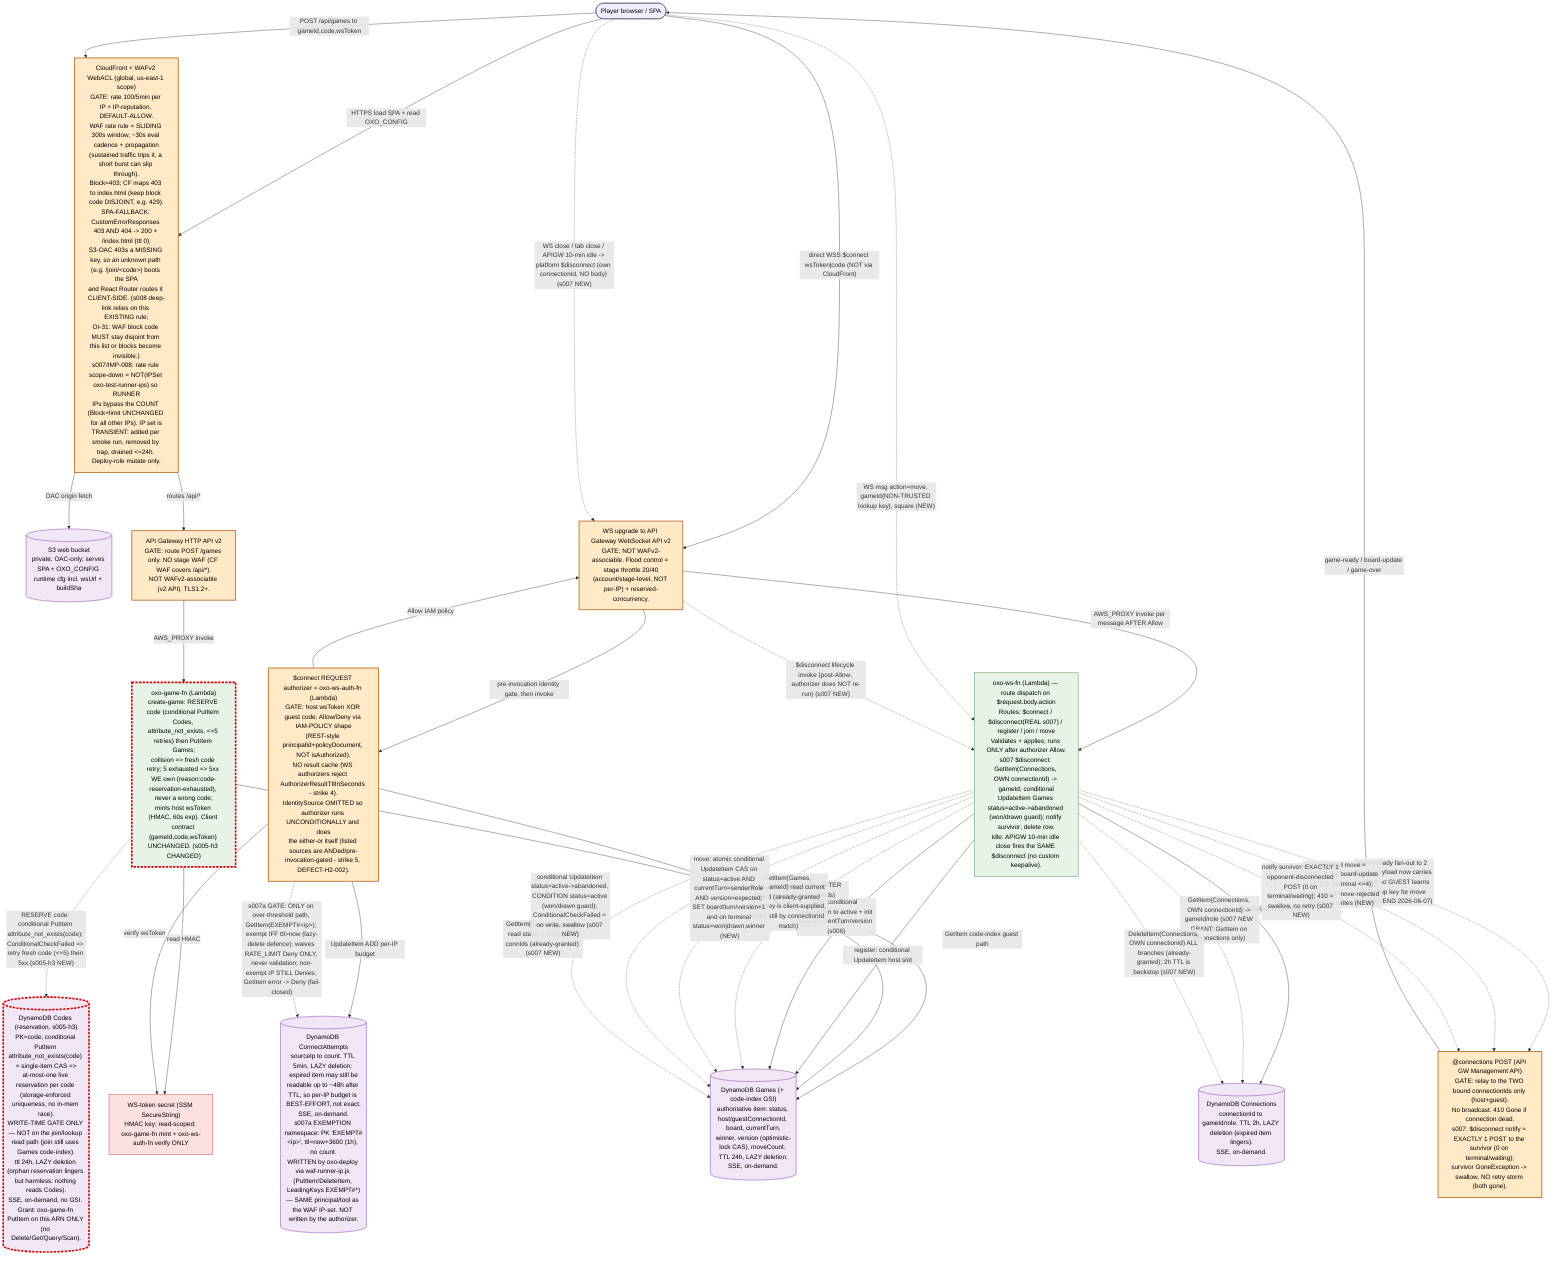
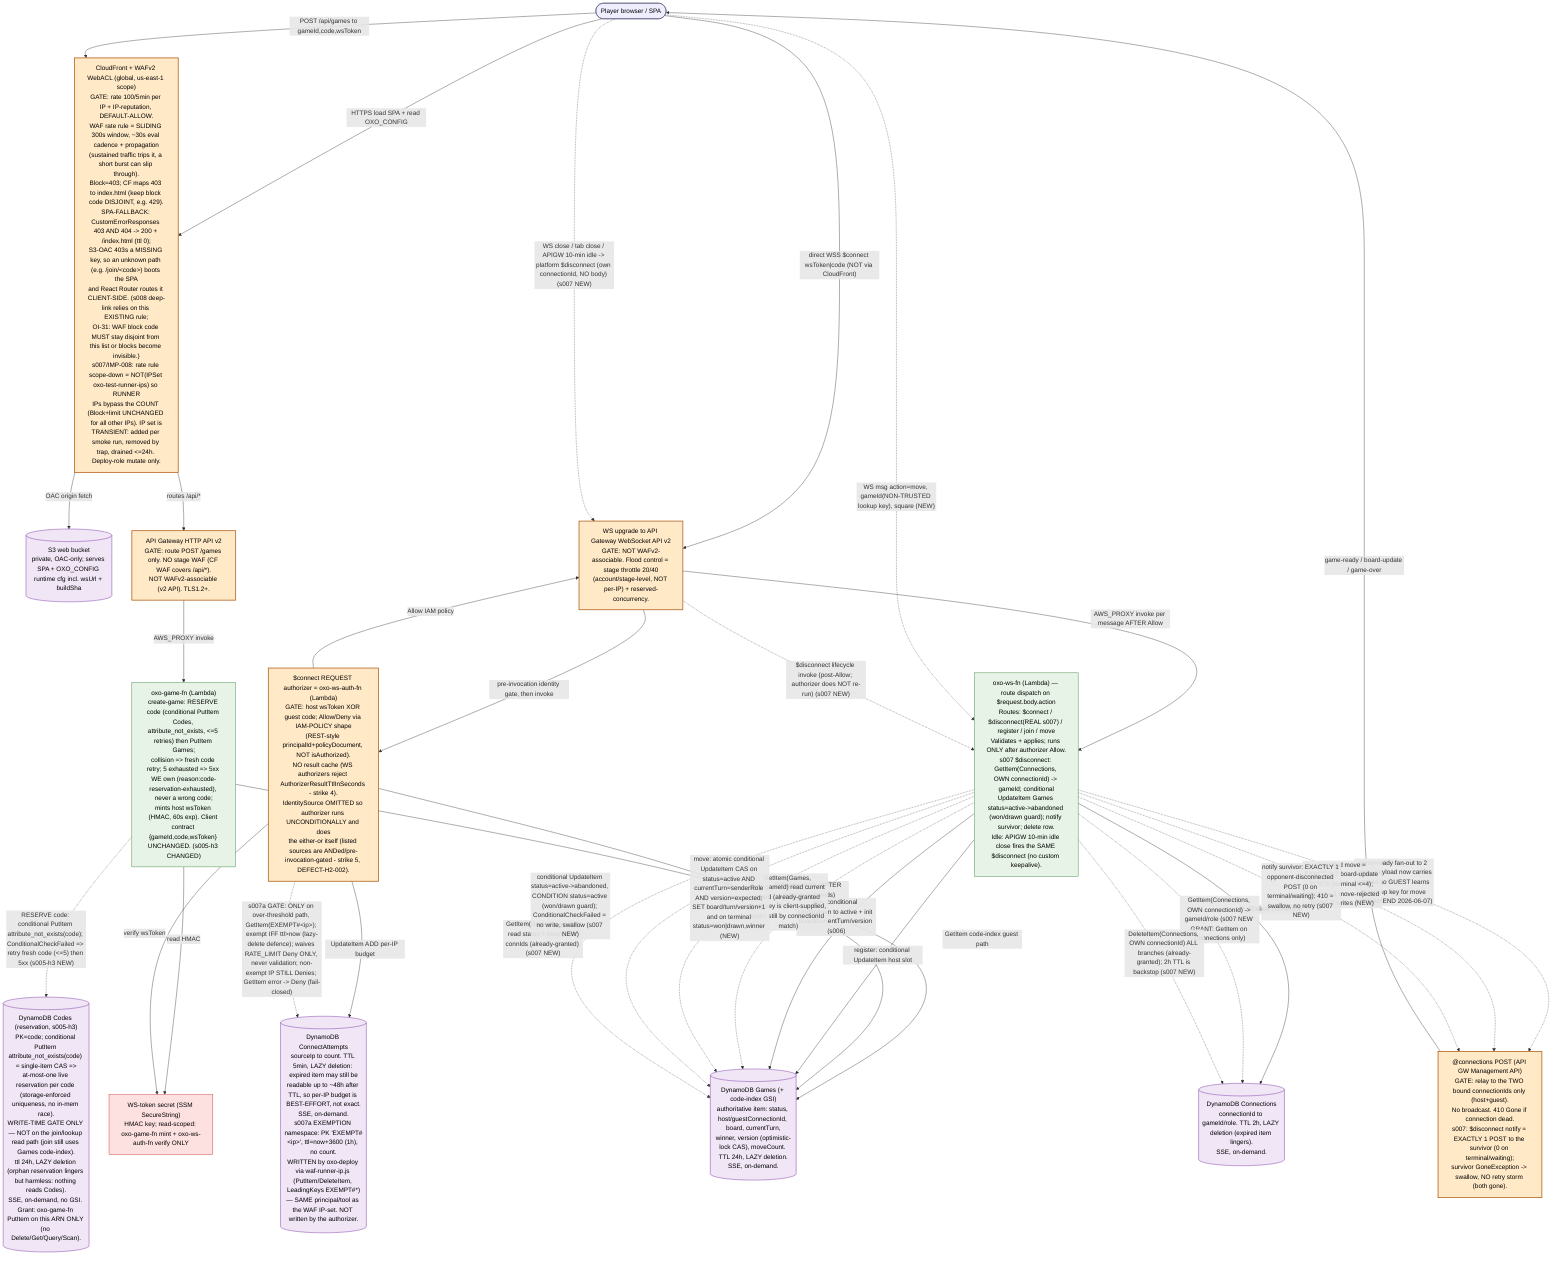
%% oxo-online runtime data-flow — s005-h3 edition (process §12a)
%% Platform GATES are explicit nodes. Non-obvious platform semantics are named ON the node.
%% This file is the TESTER's planning input. classDef changed marks THIS slice's (s008) delta.
%% Granularity: module / gate level (coarse). Built scope only (deferred items are NOT drawn).
%% s007 marks: the $disconnect path becomes REAL (abandon+notify+clean up) and the
%% CloudFront WAF gate gains the oxo-test-runner-ips IP-set scope-down annotation (IMP-008).
%% s005-h3 (delta 009, OI-3): code uniqueness is now STORAGE-ENFORCED. NEW node `codes`
%% (reservation table) + NEW edge gamefn -> codes (conditional PutItem reserve). The create
%% path reserves the code (attribute_not_exists CAS) BEFORE the Games PutItem; collision =>
%% bounded server-side retry (<=5) then 5xx (never a wrong code). Join/lookup path UNCHANGED
%% (still Games code-index; codes is write-time gate only). Client contract UNCHANGED.
%% classDef changed marks THIS slice's (s005-h3) delta: codes node, gamefn->codes edge, gamefn node.

flowchart TD

  %% ---- Edge / SPA path (HTTPS) ----
  player(["Player browser / SPA"]):::actor
  cfwaf["CloudFront + WAFv2 WebACL (global, us-east-1 scope)<br/>GATE: rate 100/5min per IP + IP-reputation, DEFAULT-ALLOW.<br/>WAF rate rule = SLIDING 300s window, ~30s eval cadence + propagation<br/>(sustained traffic trips it, a short burst can slip through).<br/>Block=403; CF maps 403 to index.html (keep block code DISJOINT, e.g. 429).<br/>SPA-FALLBACK: CustomErrorResponses 403 AND 404 -> 200 + /index.html (ttl 0);<br/>S3-OAC 403s a MISSING key, so an unknown path (e.g. /join/&lt;code&gt;) boots the SPA<br/>and React Router routes it CLIENT-SIDE. (s008 deep-link relies on this EXISTING rule;<br/>OI-31: WAF block code MUST stay disjoint from this list or blocks become invisible.)<br/>s007/IMP-008: rate rule scope-down = NOT(IPSet oxo-test-runner-ips) so RUNNER<br/>IPs bypass the COUNT (Block+limit UNCHANGED for all other IPs). IP set is<br/>TRANSIENT: added per smoke run, removed by trap, drained <=24h. Deploy-role mutate only."]:::gate
  s3[("S3 web bucket<br/>private, OAC-only; serves SPA + OXO_CONFIG runtime cfg incl. wsUrl + buildSha")]:::store
  httpapi["API Gateway HTTP API v2<br/>GATE: route POST /games only. NO stage WAF (CF WAF covers /api/*).<br/>NOT WAFv2-associable (v2 API). TLS1.2+."]:::gate
  gamefn["oxo-game-fn (Lambda)<br/>create-game: RESERVE code (conditional PutItem Codes, attribute_not_exists, <=5 retries) then PutItem Games;<br/>collision => fresh code retry; 5 exhausted => 5xx WE own (reason:code-reservation-exhausted), never a wrong code;<br/>mints host wsToken (HMAC, 60s exp). Client contract {gameId,code,wsToken} UNCHANGED. (s005-h3 CHANGED)"]:::compute
  codes[("DynamoDB Codes (reservation, s005-h3)<br/>PK=code; conditional PutItem attribute_not_exists(code) = single-item CAS =><br/>at-most-one live reservation per code (storage-enforced uniqueness, no in-mem race).<br/>WRITE-TIME GATE ONLY — NOT on the join/lookup read path (join still uses Games code-index).<br/>ttl 24h, LAZY deletion (orphan reservation lingers but harmless: nothing reads Codes).<br/>SSE, on-demand, no GSI. Grant: oxo-game-fn PutItem on this ARN ONLY (no Delete/Get/Query/Scan).")]:::store
  secret["WS-token secret (SSM SecureString)<br/>HMAC key; read-scoped: oxo-game-fn mint + oxo-ws-auth-fn verify ONLY"]:::secret

  %% ---- WebSocket path (WSS, NOT via CloudFront) ----
  wsupgrade["WS upgrade to API Gateway WebSocket API v2<br/>GATE: NOT WAFv2-associable. Flood control = stage throttle 20/40<br/>(account/stage-level, NOT per-IP) + reserved-concurrency."]:::gate
  wsauth["$connect REQUEST authorizer = oxo-ws-auth-fn (Lambda)<br/>GATE: host wsToken XOR guest code; Allow/Deny via IAM-POLICY shape<br/>(REST-style principalId+policyDocument, NOT isAuthorized).<br/>NO result cache (WS authorizers reject AuthorizerResultTtlInSeconds - strike 4).<br/>IdentitySource OMITTED so authorizer runs UNCONDITIONALLY and does<br/>the either-or itself (listed sources are ANDed/pre-invocation-gated - strike 5, DEFECT-H2-002)."]:::gate
  attempts[("DynamoDB ConnectAttempts<br/>sourceIp to count. TTL 5min, LAZY deletion: expired item may still be<br/>readable up to ~48h after TTL, so per-IP budget is BEST-EFFORT, not exact.<br/>SSE, on-demand.<br/>s007a EXEMPTION namespace: PK 'EXEMPT#&lt;ip&gt;', ttl=now+3600 (1h), no count.<br/>WRITTEN by oxo-deploy via waf-runner-ip.js (PutItem/DeleteItem, LeadingKeys EXEMPT#*)<br/>— SAME principal/tool as the WAF IP-set. NOT written by the authorizer.")]:::store
  wsfn["oxo-ws-fn (Lambda) — route dispatch on $request.body.action<br/>Routes: $connect / $disconnect(REAL s007) / register / join / move<br/>Validates + applies; runs ONLY after authorizer Allow.<br/>s007 $disconnect: GetItem(Connections, OWN connectionId) -> gameId; conditional<br/>UpdateItem Games status=active->abandoned (won/drawn guard); notify survivor; delete row.<br/>Idle: APIGW 10-min idle close fires the SAME $disconnect (no custom keepalive)."]:::compute
  conn[("DynamoDB Connections<br/>connectionId to gameId/role. TTL 2h, LAZY deletion (expired item lingers).<br/>SSE, on-demand.")]:::store
  games[("DynamoDB Games (+ code-index GSI)<br/>authoritative item: status, host/guestConnectionId, board, currentTurn,<br/>winner, version (optimistic-lock CAS), moveCount. TTL 24h, LAZY deletion.<br/>SSE, on-demand.")]:::store
  relay["@connections POST (API GW Management API)<br/>GATE: relay to the TWO bound connectionIds only (host+guest).<br/>No broadcast. 410 Gone if connection dead.<br/>s007: $disconnect notify = EXACTLY 1 POST to the survivor (0 on terminal/waiting);<br/>survivor GoneException -> swallow, NO retry storm (both gone)."]:::gate

  %% ---- Existing edges (built s001..s005-h2) ----
  player -->|"HTTPS load SPA + read OXO_CONFIG"| cfwaf
  cfwaf -->|"OAC origin fetch"| s3
  cfwaf -->|"routes /api/*"| httpapi
  player -->|"POST /api/games to gameId,code,wsToken"| cfwaf
  httpapi -->|"AWS_PROXY invoke"| gamefn
  gamefn -.->|"RESERVE code: conditional PutItem attribute_not_exists(code); ConditionalCheckFailed => retry fresh code (<=5) then 5xx (s005-h3 NEW)"| codes
  gamefn -->|"PutItem create (AFTER reserve succeeds)"| games
  gamefn -->|"read HMAC"| secret

  player -->|"direct WSS $connect wsToken|code (NOT via CloudFront)"| wsupgrade
  wsupgrade -->|"pre-invocation identity gate, then invoke"| wsauth
  wsauth -->|"verify wsToken"| secret
  wsauth -->|"GetItem code-index guest path"| games
  wsauth -->|"UpdateItem ADD per-IP budget"| attempts
  wsauth -.->|"s007a GATE: ONLY on over-threshold path, GetItem(EXEMPT#&lt;ip&gt;); exempt IFF ttl&gt;now (lazy-delete defence); waives RATE_LIMIT Deny ONLY, never validation; non-exempt IP STILL Denies; GetItem error -> Deny (fail-closed)"| attempts
  wsauth -->|"Allow IAM policy"| wsupgrade
  wsupgrade -->|"AWS_PROXY invoke per message AFTER Allow"| wsfn
  wsfn -->|"register: conditional UpdateItem host slot"| games
  wsfn -->|"join: conditional UpdateItem to active + init board/currentTurn/version (s006)"| games
  wsfn -->|"Put/Delete connection"| conn
  wsfn -.->|"game-ready fan-out to 2 conns; payload now carries gameId so GUEST learns its lookup key for move (s006 AMEND 2026-06-07)"| relay
  relay -->|"game-ready / board-update / game-over"| player

  %% ---- s006 NEW data flow: move relay (CHANGED, dotted) ----
  %% AMEND 2026-06-07: move frame carries gameId as a NON-TRUSTED LOOKUP KEY (selects
  %% the Games item to read; NOT an identity/role claim). Authorization is the
  %% server-side match of the REAL requestContext.connectionId vs stored host/guest
  %% ConnectionId; forged gameId resolves a game the sender is not in -> reject, no
  %% write. This is why NO Connections-read edge is added on the move path (S5 intact).
  %% game-ready fan-out (line 44 / join.ts) must now also carry gameId so the GUEST
  %% (joins by code) can supply the lookup key.
  player -.->|"WS msg action=move, gameId(NON-TRUSTED lookup key), square (NEW)"| wsfn
  wsfn -.->|"GetItem(Games, body.gameId) read current board (already-granted read; key is client-supplied, authz still by connectionId match)"| games
  wsfn -.->|"move: atomic conditional UpdateItem CAS on status=active AND currentTurn=senderRole AND version=expected; SET board/turn/version+1 and on terminal status=won|drawn,winner (NEW)"| games
  wsfn -.->|"accepted move = EXACTLY 2 board-update POSTs (terminal <=4); rejected = 1 move-rejected POST, 0 writes (NEW)"| relay

  %% ---- s007 NEW data flow: $disconnect abandon + notify + clean up (CHANGED, dotted) ----
  %% Platform fires $disconnect with ONLY the disconnecting OWN connectionId (no gameId, no body).
  %% connectionId IS the identity (platform-set, unspoofable) -> NO force-abandon spoof path.
  %% New IAM grant: dynamodb:GetItem on Connections ONLY (read OWN row by PK; no Query/Scan).
  player -.->|"WS close / tab close / APIGW 10-min idle -> platform $disconnect (own connectionId, NO body) (s007 NEW)"| wsupgrade
  wsupgrade -.->|"$disconnect lifecycle invoke (post-Allow; authorizer does NOT re-run) (s007 NEW)"| wsfn
  wsfn -.->|"GetItem(Connections, OWN connectionId) -> gameId/role (s007 NEW GRANT: GetItem on Connections only)"| conn
  wsfn -.->|"GetItem(Games, gameId) read status + host/guest connIds (already-granted) (s007 NEW)"| games
  wsfn -.->|"conditional UpdateItem status=active->abandoned, CONDITION status=active (won/drawn guard); ConditionalCheckFailed = no write, swallow (s007 NEW)"| games
  wsfn -.->|"notify survivor: EXACTLY 1 opponent-disconnected POST (0 on terminal/waiting); 410 = swallow, no retry (s007 NEW)"| relay
  wsfn -.->|"DeleteItem(Connections, OWN connectionId) ALL branches (already-granted); 2h TTL is backstop (s007 NEW)"| conn

  %% ---- classDef ----
  classDef actor fill:#eef,stroke:#446,color:#000;
  classDef gate fill:#ffe9c7,stroke:#b5651d,color:#000,stroke-width:2px;
  classDef compute fill:#e6f3e6,stroke:#2e7d32,color:#000;
  classDef store fill:#f0e6f6,stroke:#6a1b9a,color:#000;
  classDef secret fill:#fde0e0,stroke:#c62828,color:#000;
  classDef changed stroke:#d50000,stroke-width:4px,stroke-dasharray:6 3;

  %% s006 changed marks CLEARED (2026-06-07 — tester consumed, UC6 prod validation PASS)
  %% Previously marked: wsfn (move route), games (move-write semantics).
  %% Dotted edges (move msg, GetItem, CAS write, 2-post relay) are now delivered/stable.

  %% ---- s007 CHANGED marks (tester plans from these) ----
  %% wsfn: $disconnect stub -> real (abandon+notify+clean up); +Connections GetItem grant.
  %% conn: now READ on the $disconnect path (was write-only) — new GetItem edge.
  %% games: gains active->abandoned conditional transition on $disconnect.
  %% relay: gains the 1-post survivor notify (0 on terminal/waiting).
  %% cfwaf: gains the IMP-008 oxo-test-runner-ips IP-set scope-down annotation.
  %% ---- s007a CHANGED marks (DEFECT-S007-001 authorizer runner-exemption) ----
  %% wsauth: gains a post-threshold exemption GetItem (waives RATE_LIMIT Deny ONLY
  %%   for a LIVE EXEMPT#<ip> item, ttl>now; non-exempt IP still Denies; fail-closed).
  %% attempts: gains the EXEMPT#<ip> namespace (1h TTL), written by oxo-deploy via
  %%   waf-runner-ip.js (PutItem/DeleteItem, LeadingKeys EXEMPT#*) — not the authorizer.
  %% s007 changed marks CLEARED (2026-06-07 — tester consumed, UC4 prod validation PASS)
  %% wsfn: $disconnect real (abandon+notify+clean up); conn: GetItem on $disconnect path;
  %% games: active->abandoned transition; relay: 1-post survivor notify;
  %% cfwaf: IMP-008 scope-down; wsauth: runner-exemption check; attempts: EXEMPT# namespace.
  %% class wsfn,conn,games,relay,cfwaf,wsauth,attempts changed; — CLEARED

  %% ---- s008 CHANGED marks (CLIENT-ONLY / arch-lite — tester plans from these) ----
  %% NO new node, NO new edge, NO new platform gate, NO new data flow.
  %% cfwaf: ONLY mark — the EXISTING SPA-fallback (403/404 -> 200 + /index.html) now also
  %%   serves the deep-link path /join/<code> so React Router resolves it client-side.
  %%   Tester plans the deep-link-boots-SPA prod smoke (T1) + SM-5 two-browser e2e from this.
  %%   The deep-link JOIN reuses the EXISTING WS $connect?code + join path UNCHANGED (no edge change).
  %% s008 changed mark CLEARED (2026-06-07 — tester consumed, UC3 prod validation PASS, C4 MET 2323ms).
  %% cfwaf: deep-link /join/<code> via existing SPA-fallback confirmed in prod.

-   %% ---- s005-h3 CHANGED marks (delta 009, OI-3 — tester plans from these) ----
-   %% codes: NEW store node — code-reservation table, PK=code, conditional PutItem
-   %%   attribute_not_exists(code) = single-item CAS storage-enforced uniqueness.
-   %%   Tester: AC-6 ConditionExpression code-policy pin (synth/source assert).
-   %% gamefn->codes: NEW reserve edge (dotted) — reserve BEFORE Games PutItem; collision => retry.
-   %%   Tester: AC-1 injection (collision => fresh code), AC-4 retry-cap=>5xx (never wrong code),
-   %%   AC-2 50-concurrent-distinct PIN (real DynamoDB; local map cannot prove atomicity),
-   %%   AC-5 IAM no-widening PIN (PutItem on Codes ARN only; assert negatives),
-   %%   AC-7 orphan-harmless (Games-write fail leaves TTL'd orphan; join unaffected).
-   %% gamefn node: create flow now reserve->retry->write; client contract {gameId,code,wsToken} UNCHANGED.
-   class codes,gamefn changed;
+   %% ---- s005-h3 CHANGED marks CLEARED (2026-06-07 — tester consumed, UC4 in-prod validation PASS, OI-3 CLOSED) ----
+   %% codes: NEW store node — delivered/stable. PK=code, CAS via conditional PutItem attribute_not_exists.
+   %% gamefn->codes: NEW reserve edge — delivered/stable. 50-concurrent SM-2 proof: distinct=50/50 p95=246ms.
+   %% gamefn node: create flow reserve->retry->write — delivered/stable. Contract {gameId,code,wsToken} UNCHANGED.
+   %% AC-5 IAM PASS: PutItem on Games+Codes ARNs; no Delete/Get/Query/Scan on Codes; no wildcard.
+   %% AC-6 ConditionExpression pin: unit-confirmed (attribute_not_exists(code)).
+   %% AC-7 orphan-harmless: Codes table has no GSI; join path uses Games code-index (unchanged).
+   %% OI-3 CLOSED: all C4 hardening done (s005-h1 WAF, s005-h2 connect-auth, s005-h3 code-uniqueness).
